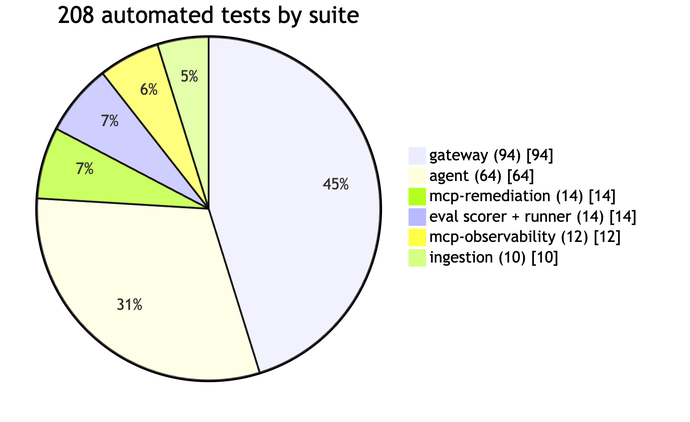
Earlier version of the Mermaid export docs/handbook/images/14-chart-tests-by-suite.png (abdulmdev/sentinel-incident-copilot). Its source is kept beside it as docs/handbook/diagrams/14-chart-tests-by-suite.mmd.
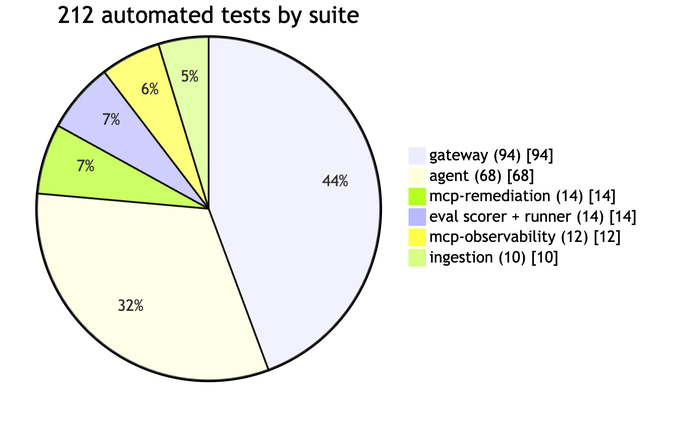
Later version of the same file.

The edit, as a diff of the source:
```diff
@@ -1,7 +1,7 @@
 pie showData
-  title 208 automated tests by suite
+  title 212 automated tests by suite
   "gateway (94)" : 94
-  "agent (64)" : 64
+  "agent (68)" : 68
   "mcp-remediation (14)" : 14
   "eval scorer + runner (14)" : 14
   "mcp-observability (12)" : 12
```
